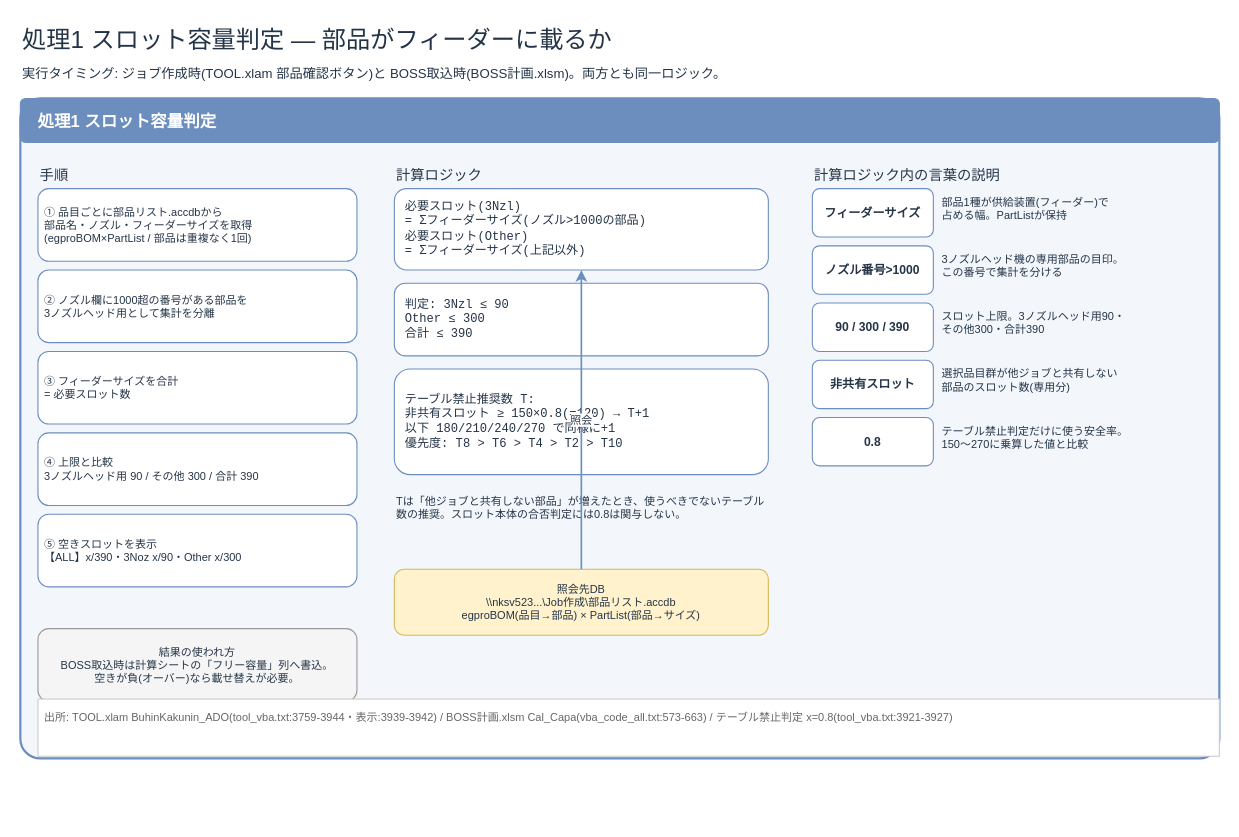
The draw.io diagram page "2_処理1_スロット容量判定" (2 of 6) of workvault-sync/10_業務全般/鹿島引き込み/負荷計算の処理内容.drawio in nk-shino/work_vault, before the edit. Source tidied: cells renumbered, new cells numbered last; positions are measured from the earlier drawing's top-left corner, leaving out a move shared by most shapes. Both pictures are drawn from the tidied source at 110%, with x=0, y=0 at pixel (20, 19).
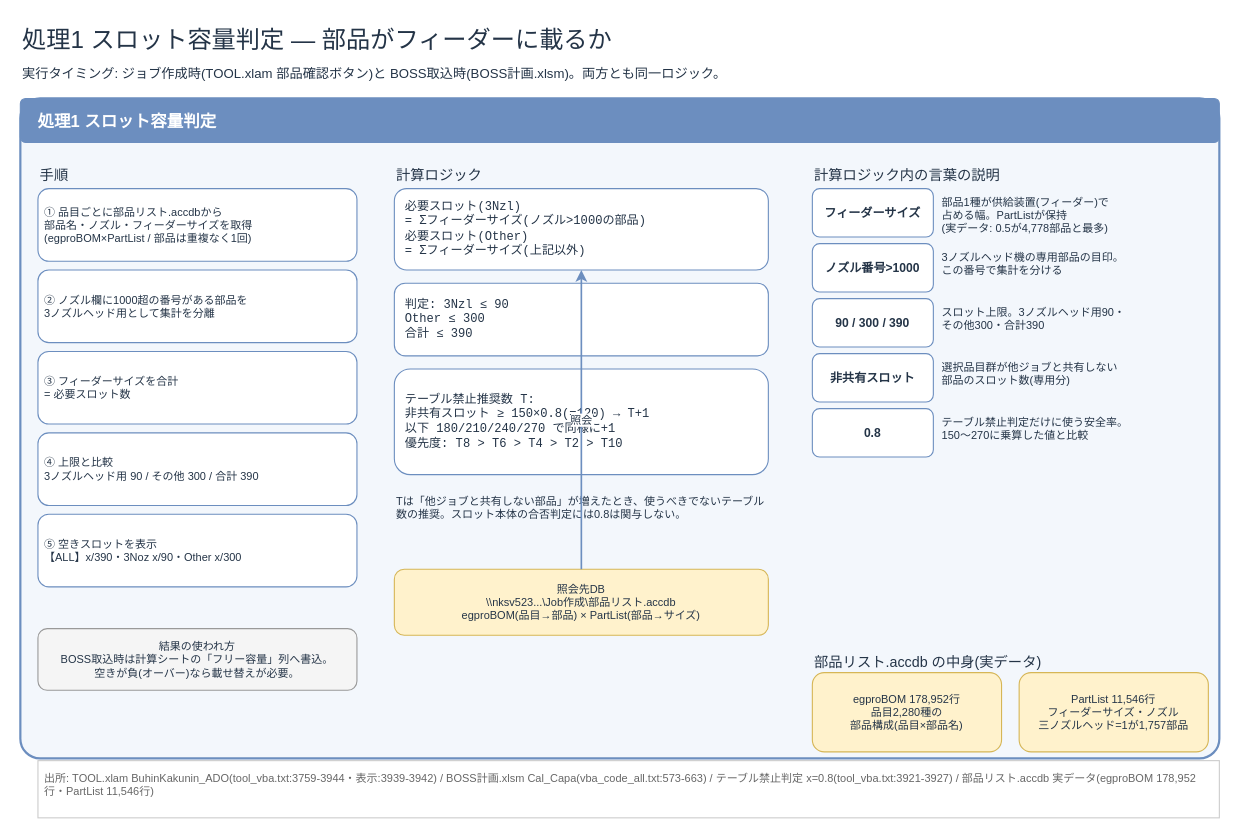
The same page after the edit.

Diff of the diagram source:
```diff
@@
+    <mxCell id="32" value="部品リスト.accdb の中身(実データ)" style="text;html=1;fontSize=13;fontColor=#243447;align=left;verticalAlign=top;whiteSpace=wrap;spacing=2;" parent="1" vertex="1">
+      <mxGeometry x="720" y="570" width="360" height="22" as="geometry" />
+    </mxCell>
+    <mxCell id="33" value="egproBOM 178,952行&lt;br&gt;品目2,280種の&lt;br&gt;部品構成(品目×部品名)" style="rounded=1;whiteSpace=wrap;html=1;fillColor=#FFF2CC;strokeColor=#D6B656;fontColor=#243447;fontSize=10;" parent="1" vertex="1">
+      <mxGeometry x="720" y="594" width="172" height="72" as="geometry" />
+    </mxCell>
+    <mxCell id="34" value="PartList 11,546行&lt;br&gt;フィーダーサイズ・ノズル&lt;br&gt;三ノズルヘッド=1が1,757部品" style="rounded=1;whiteSpace=wrap;html=1;fillColor=#FFF2CC;strokeColor=#D6B656;fontColor=#243447;fontSize=10;" parent="1" vertex="1">
+      <mxGeometry x="908" y="594" width="172" height="72" as="geometry" />
+    </mxCell>
@@
-    <mxCell id="21" value="部品1種が供給装置(フィーダー)で&lt;br&gt;占める幅。PartListが保持" style="text;html=1;fontSize=10;fontColor=#243447;align=left;verticalAlign=top;whiteSpace=wrap;spacing=2;" parent="1" vertex="1">
+    <mxCell id="21" value="部品1種が供給装置(フィーダー)で&lt;br&gt;占める幅。PartListが保持&lt;br&gt;(実データ: 0.5が4,778部品と最多)" style="text;html=1;fontSize=10;fontColor=#243447;align=left;verticalAlign=top;whiteSpace=wrap;spacing=2;" parent="1" vertex="1">
       <mxGeometry x="836" y="154" width="240" height="44" as="geometry" />
     </mxCell>
     <mxCell id="22" value="ノズル番号&gt;1000" style="rounded=1;whiteSpace=wrap;html=1;fillColor=#FFFFFF;strokeColor=#6C8EBF;fontColor=#243447;fontSize=11;fontStyle=1;" parent="1" vertex="1">
-      <mxGeometry x="720" y="206" width="110" height="44" as="geometry" />
+      <mxGeometry x="720" y="204" width="110" height="44" as="geometry" />
     </mxCell>
     <mxCell id="23" value="3ノズルヘッド機の専用部品の目印。&lt;br&gt;この番号で集計を分ける" style="text;html=1;fontSize=10;fontColor=#243447;align=left;verticalAlign=top;whiteSpace=wrap;spacing=2;" parent="1" vertex="1">
-      <mxGeometry x="836" y="206" width="240" height="44" as="geometry" />
+      <mxGeometry x="836" y="204" width="240" height="44" as="geometry" />
     </mxCell>
     <mxCell id="24" value="90 / 300 / 390" style="rounded=1;whiteSpace=wrap;html=1;fillColor=#FFFFFF;strokeColor=#6C8EBF;fontColor=#243447;fontSize=11;fontStyle=1;" parent="1" vertex="1">
-      <mxGeometry x="720" y="258" width="110" height="44" as="geometry" />
+      <mxGeometry x="720" y="254" width="110" height="44" as="geometry" />
     </mxCell>
     <mxCell id="25" value="スロット上限。3ノズルヘッド用90・&lt;br&gt;その他300・合計390" style="text;html=1;fontSize=10;fontColor=#243447;align=left;verticalAlign=top;whiteSpace=wrap;spacing=2;" parent="1" vertex="1">
-      <mxGeometry x="836" y="258" width="240" height="44" as="geometry" />
+      <mxGeometry x="836" y="254" width="240" height="44" as="geometry" />
     </mxCell>
     <mxCell id="26" value="非共有スロット" style="rounded=1;whiteSpace=wrap;html=1;fillColor=#FFFFFF;strokeColor=#6C8EBF;fontColor=#243447;fontSize=11;fontStyle=1;" parent="1" vertex="1">
-      <mxGeometry x="720" y="310" width="110" height="44" as="geometry" />
+      <mxGeometry x="720" y="304" width="110" height="44" as="geometry" />
     </mxCell>
     <mxCell id="27" value="選択品目群が他ジョブと共有しない&lt;br&gt;部品のスロット数(専用分)" style="text;html=1;fontSize=10;fontColor=#243447;align=left;verticalAlign=top;whiteSpace=wrap;spacing=2;" parent="1" vertex="1">
-      <mxGeometry x="836" y="310" width="240" height="44" as="geometry" />
+      <mxGeometry x="836" y="304" width="240" height="44" as="geometry" />
     </mxCell>
     <mxCell id="28" value="0.8" style="rounded=1;whiteSpace=wrap;html=1;fillColor=#FFFFFF;strokeColor=#6C8EBF;fontColor=#243447;fontSize=11;fontStyle=1;" parent="1" vertex="1">
-      <mxGeometry x="720" y="362" width="110" height="44" as="geometry" />
+      <mxGeometry x="720" y="354" width="110" height="44" as="geometry" />
     </mxCell>
     <mxCell id="29" value="テーブル禁止判定だけに使う安全率。&lt;br&gt;150〜270に乗算した値と比較" style="text;html=1;fontSize=10;fontColor=#243447;align=left;verticalAlign=top;whiteSpace=wrap;spacing=2;" parent="1" vertex="1">
-      <mxGeometry x="836" y="362" width="240" height="44" as="geometry" />
+      <mxGeometry x="836" y="354" width="240" height="44" as="geometry" />
     </mxCell>
     <mxCell id="30" value="結果の使われ方&lt;br&gt;BOSS取込時は計算シートの「フリー容量」列へ書込。&lt;br&gt;空きが負(オーバー)なら載せ替えが必要。" style="rounded=1;whiteSpace=wrap;html=1;fillColor=#F5F5F5;strokeColor=#999999;fontColor=#243447;fontSize=10;" parent="1" vertex="1">
-      <mxGeometry x="16" y="554" width="290" height="66" as="geometry" />
+      <mxGeometry x="16" y="554" width="290" height="56" as="geometry" />
     </mxCell>
-    <mxCell id="31" value="出所: TOOL.xlam BuhinKakunin_ADO(tool_vba.txt:3759-3944・表示:3939-3942) / BOSS計画.xlsm Cal_Capa(vba_code_all.txt:573-663) / テーブル禁止判定 x=0.8(tool_vba.txt:3921-3927)" style="rounded=0;whiteSpace=wrap;html=1;fillColor=#FFFFFF;strokeColor=#CCCCCC;fontColor=#666666;fontSize=10;align=left;spacing=6;verticalAlign=top;" parent="1" vertex="1">
-      <mxGeometry x="16" y="618" width="1074" height="52" as="geometry" />
+    <mxCell id="31" value="出所: TOOL.xlam BuhinKakunin_ADO(tool_vba.txt:3759-3944・表示:3939-3942) / BOSS計画.xlsm Cal_Capa(vba_code_all.txt:573-663) / テーブル禁止判定 x=0.8(tool_vba.txt:3921-3927) / 部品リスト.accdb 実データ(egproBOM 178,952行・PartList 11,546行)" style="rounded=0;whiteSpace=wrap;html=1;fillColor=#FFFFFF;strokeColor=#CCCCCC;fontColor=#666666;fontSize=10;align=left;spacing=6;verticalAlign=top;" parent="1" vertex="1">
+      <mxGeometry x="16" y="674" width="1074" height="52" as="geometry" />
     </mxCell>
```
